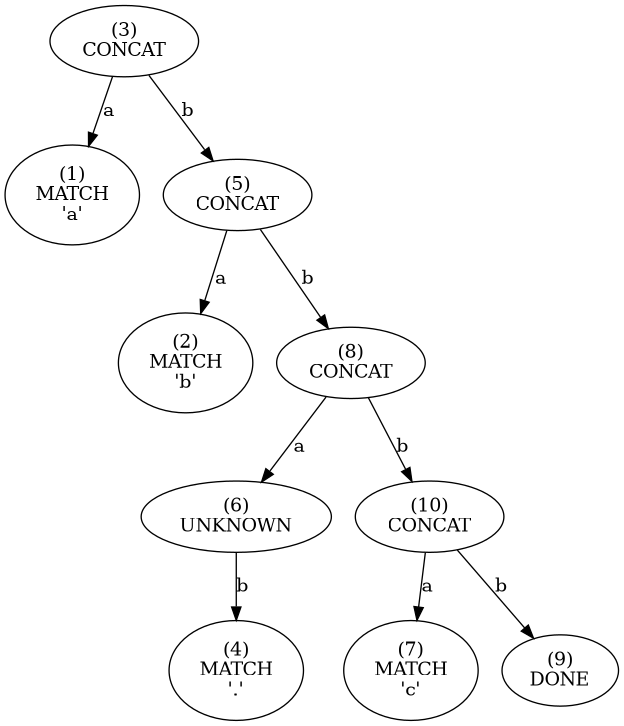
Earlier version of the Graphviz export tree.png (essele/rele). Its source is kept beside it as tree.dot.
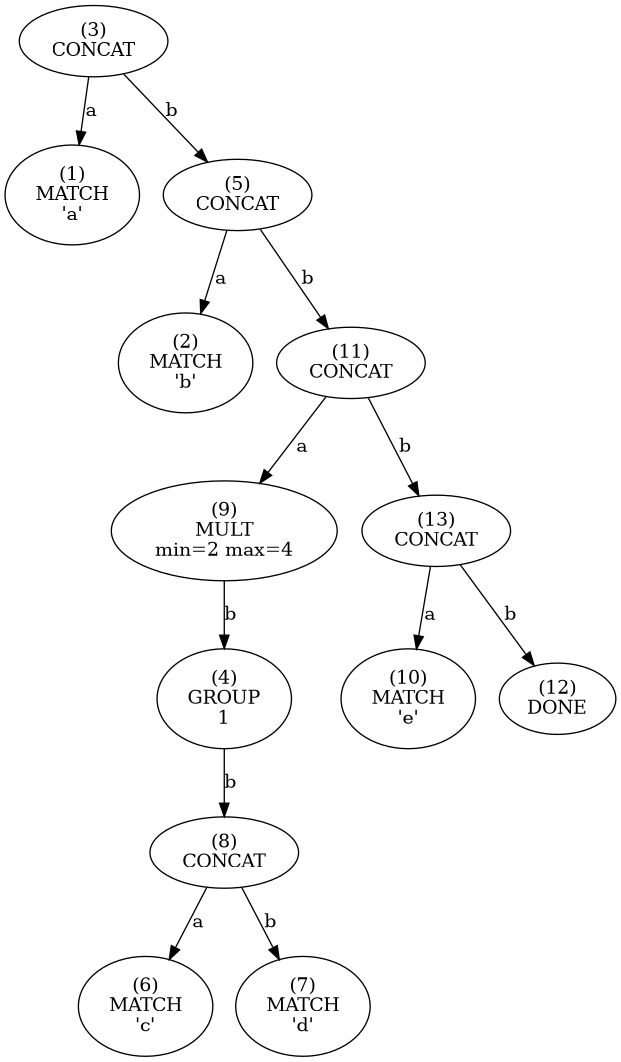
The same file after the commit.

What changed in the source:
```diff
@@ -1,41 +1,85 @@
 digraph tree {
-    n0xb45701561320 [label="(3)
+    n0xc0f739e74320 [label="(3)
 CONCAT
 "];
-    n0xb45701561320 -> n0xb457015612c0 [label="a"];
-    n0xb457015612c0 [label="(1)
+    n0xc0f739e74320 -> n0xc0f739e742c0 [label="a"];
+    n0xc0f739e742c0 [label="(1)
 MATCH
 'a'"];
-    n0xb45701561320 -> n0xb45701561380 [label="b"];
-    n0xb45701561380 [label="(5)
+    n0xc0f739e74320 -> n0xc0f739e74380 [label="b"];
+    n0xc0f739e74380 [label="(5)
 CONCAT
 "];
-    n0xb45701561380 -> n0xb457015612f0 [label="a"];
-    n0xb457015612f0 [label="(2)
+    n0xc0f739e74380 -> n0xc0f739e742f0 [label="a"];
+    n0xc0f739e742f0 [label="(2)
 MATCH
 'b'"];
-    n0xb45701561380 -> n0xb45701561410 [label="b"];
-    n0xb45701561410 [label="(8)
+    n0xc0f739e74380 -> n0xc0f739e74680 [label="b"];
+    n0xc0f739e74680 [label="(21)
 CONCAT
 "];
-    n0xb45701561410 -> n0xb457015613b0 [label="a"];
-    n0xb457015613b0 [label="(6)
-UNKNOWN
-"];
-    n0xb457015613b0 -> n0xb45701561350 [label="b"];
-    n0xb45701561350 [label="(4)
-MATCH
-'.'"];
-    n0xb45701561410 -> n0xb45701561470 [label="b"];
-    n0xb45701561470 [label="(10)
+    n0xc0f739e74680 -> n0xc0f739e74620 [label="a"];
+    n0xc0f739e74620 [label="(19)
+MULT
+min=1 max=1"];
+    n0xc0f739e74620 -> n0xc0f739e74350 [label="b"];
+    n0xc0f739e74350 [label="(4)
+GROUP
+1"];
+    n0xc0f739e74350 -> n0xc0f739e745f0 [label="b"];
+    n0xc0f739e745f0 [label="(18)
+MULT
+min=1 max=1"];
+    n0xc0f739e745f0 -> n0xc0f739e743b0 [label="b"];
+    n0xc0f739e743b0 [label="(6)
+GROUP
+2"];
+    n0xc0f739e743b0 -> n0xc0f739e745c0 [label="b"];
+    n0xc0f739e745c0 [label="(17)
 CONCAT
 "];
-    n0xb45701561470 -> n0xb457015613e0 [label="a"];
-    n0xb457015613e0 [label="(7)
+    n0xc0f739e745c0 -> n0xc0f739e74560 [label="a"];
+    n0xc0f739e74560 [label="(15)
+MULT
+min=2 max=2"];
+    n0xc0f739e74560 -> n0xc0f739e743e0 [label="b"];
+    n0xc0f739e743e0 [label="(7)
+GROUP
+3"];
+    n0xc0f739e743e0 -> n0xc0f739e74530 [label="b"];
+    n0xc0f739e74530 [label="(14)
+CONCAT
+"];
+    n0xc0f739e74530 -> n0xc0f739e744d0 [label="a"];
+    n0xc0f739e744d0 [label="(12)
+MULT
+min=2 max=4"];
+    n0xc0f739e744d0 -> n0xc0f739e74410 [label="b"];
+    n0xc0f739e74410 [label="(8)
+GROUP
+4"];
+    n0xc0f739e74410 -> n0xc0f739e744a0 [label="b"];
+    n0xc0f739e744a0 [label="(11)
+CONCAT
+"];
+    n0xc0f739e744a0 -> n0xc0f739e74440 [label="a"];
+    n0xc0f739e74440 [label="(9)
 MATCH
 'c'"];
-    n0xb45701561470 -> n0xb45701561440 [label="b"];
-    n0xb45701561440 [label="(9)
+    n0xc0f739e744a0 -> n0xc0f739e74470 [label="b"];
+    n0xc0f739e74470 [label="(10)
+MATCH
+'d'"];
+    n0xc0f739e74530 -> n0xc0f739e74500 [label="b"];
+    n0xc0f739e74500 [label="(13)
+MATCH
+'x'"];
+    n0xc0f739e745c0 -> n0xc0f739e74590 [label="b"];
+    n0xc0f739e74590 [label="(16)
+MATCH
+'e'"];
+    n0xc0f739e74680 -> n0xc0f739e74650 [label="b"];
+    n0xc0f739e74650 [label="(20)
 DONE
 "];
 }
```
